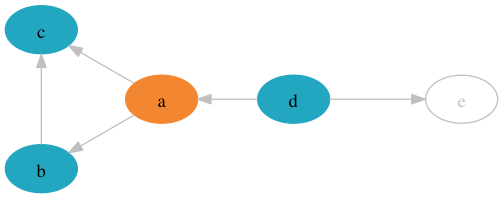
Before: doc/av.dot.png, a diagram exported from Graphviz (sdboyer/gogl). Its source is kept beside it as doc/av.dot.
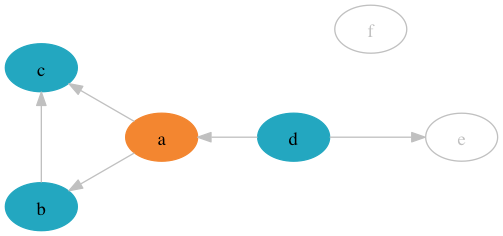
After the commit.

Diff of the diagram source:
```diff
@@ -9,4 +9,5 @@
   b [fontcolor="black",style=filled,color="#23A7C0"];
   c [fontcolor="black",style=filled,color="#23A7C0"];
   d [fontcolor="black",style=filled,color="#23A7C0"];
+  f
 }
```
